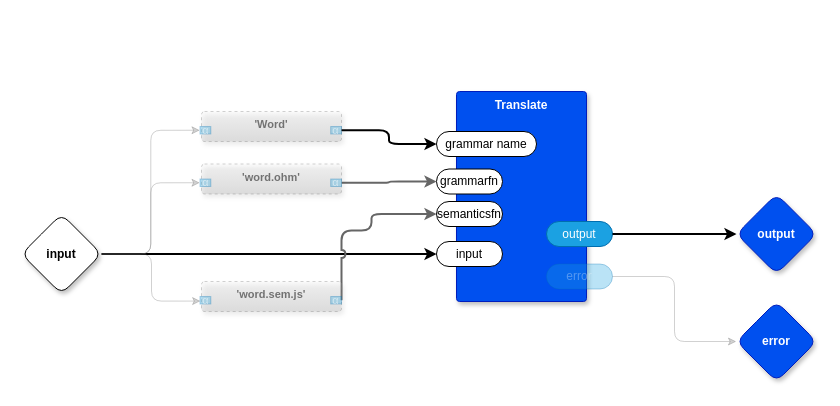
Before: page "Delineate Words" (2 of 11) of preprocess/preprocess.drawio in guitarvydas/ceptre, a draw.io diagram. Source tidied: cells renumbered, new cells numbered last; positions are measured from the earlier drawing's top-left corner, leaving out a move shared by most shapes. Both pictures are drawn from the tidied source at 100%, with x=0, y=0 at pixel (21, 91).
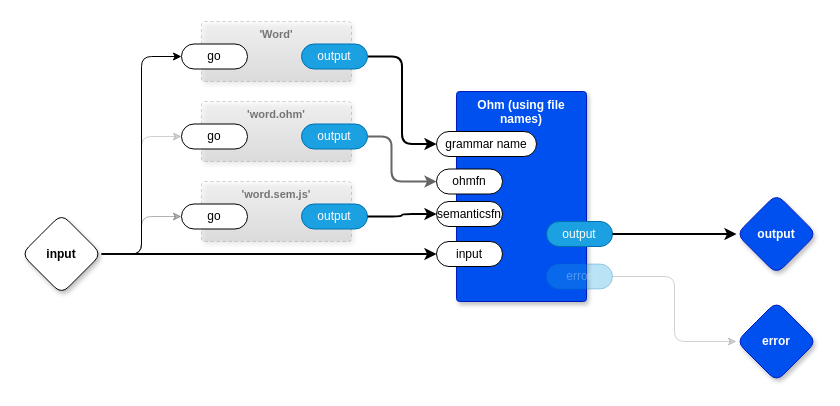
After the change.

The change refers to these unchanged cells:
```xml
<mxCell id="5" value="semanticsfn" style="rounded=1;whiteSpace=wrap;html=1;sketch=0;points=[[0,0.5,0,0,0],[1,0.5,0,0,0]];arcSize=50;" parent="3" vertex="1">
  <mxGeometry x="-20" y="110" width="66" height="25" as="geometry" />
</mxCell>
<mxCell id="6" value="grammar name" style="rounded=1;whiteSpace=wrap;html=1;sketch=0;points=[[0,0.5,0,0,0],[1,0.5,0,0,0]];arcSize=50;" parent="3" vertex="1">
  <mxGeometry x="-20" y="40" width="100" height="25" as="geometry" />
</mxCell>
<mxCell id="17" value="input" style="rhombus;whiteSpace=wrap;html=1;rounded=1;fontStyle=1;glass=0;sketch=0;fontSize=12;points=[[0,0.5,0,0,0],[0.5,0,0,0,0],[0.5,1,0,0,0],[1,0.5,0,0,0]];shadow=1;" parent="1" vertex="1">
  <mxGeometry y="122.5" width="80" height="80" as="geometry" />
</mxCell>
```

The edit, as a diff of the source:
```diff
@@
-    <mxCell id="3" value="Translate" style="rounded=1;whiteSpace=wrap;html=1;sketch=0;verticalAlign=top;arcSize=6;fontStyle=1;absoluteArcSize=1;shadow=1;strokeColor=#001DBC;fillColor=#0050ef;fontColor=#ffffff;" parent="1" vertex="1">
+    <mxCell id="3" value="Ohm (using file names)" style="rounded=1;whiteSpace=wrap;html=1;sketch=0;verticalAlign=top;arcSize=6;fontStyle=1;absoluteArcSize=1;shadow=1;strokeColor=#001DBC;fillColor=#0050ef;fontColor=#ffffff;" parent="1" vertex="1">
       <mxGeometry x="435" width="130" height="210" as="geometry" />
     </mxCell>
-    <mxCell id="4" value="grammarfn" style="rounded=1;whiteSpace=wrap;html=1;sketch=0;points=[[0,0.5,0,0,0],[1,0.5,0,0,0]];arcSize=50;" parent="3" vertex="1">
+    <mxCell id="4" value="ohmfn" style="rounded=1;whiteSpace=wrap;html=1;sketch=0;points=[[0,0.5,0,0,0],[1,0.5,0,0,0]];arcSize=50;" parent="3" vertex="1">
       <mxGeometry x="-20" y="77.5" width="66" height="25" as="geometry" />
     </mxCell>
@@
-    <mxCell id="14" style="edgeStyle=orthogonalEdgeStyle;shape=connector;rounded=1;jumpStyle=arc;jettySize=auto;html=1;exitX=1;exitY=0.5;exitDx=0;exitDy=0;exitPerimeter=0;entryX=0;entryY=0.5;entryDx=0;entryDy=0;entryPerimeter=0;labelBackgroundColor=default;strokeColor=#666666;strokeWidth=1;fontFamily=Helvetica;fontSize=11;fontColor=default;endArrow=classic;fillColor=#f5f5f5;opacity=30;" parent="1" edge="1" source="17" target="22">
-      <mxGeometry relative="1" as="geometry" />
-    </mxCell>
-    <mxCell id="15" style="edgeStyle=orthogonalEdgeStyle;shape=connector;rounded=1;jumpStyle=arc;jettySize=auto;html=1;exitX=1;exitY=0.5;exitDx=0;exitDy=0;exitPerimeter=0;entryX=0;entryY=0.5;entryDx=0;entryDy=0;entryPerimeter=0;labelBackgroundColor=default;strokeColor=#666666;strokeWidth=1;fontFamily=Helvetica;fontSize=11;fontColor=default;endArrow=classic;fillColor=#f5f5f5;opacity=30;" parent="1" edge="1" source="17" target="26">
+    <mxCell id="15" style="edgeStyle=orthogonalEdgeStyle;shape=connector;rounded=1;jumpStyle=arc;jettySize=auto;html=1;exitX=1;exitY=0.5;exitDx=0;exitDy=0;exitPerimeter=0;entryX=0;entryY=0.5;entryDx=0;entryDy=0;entryPerimeter=0;labelBackgroundColor=default;strokeColor=#666666;strokeWidth=1;fontFamily=Helvetica;fontSize=11;fontColor=default;endArrow=classic;fillColor=#f5f5f5;opacity=30;" parent="1" edge="1" source="17" target="35">
       <mxGeometry relative="1" as="geometry" />
     </mxCell>
-    <mxCell id="16" style="edgeStyle=orthogonalEdgeStyle;shape=connector;rounded=1;jumpStyle=arc;jettySize=auto;html=1;exitX=1;exitY=0.5;exitDx=0;exitDy=0;exitPerimeter=0;entryX=-0.006;entryY=0.653;entryDx=0;entryDy=0;entryPerimeter=0;labelBackgroundColor=default;strokeColor=#666666;strokeWidth=1;fontFamily=Helvetica;fontSize=11;fontColor=default;endArrow=classic;fillColor=#f5f5f5;opacity=30;" parent="1" edge="1" source="17" target="27">
-      <mxGeometry relative="1" as="geometry" />
-    </mxCell>
@@
-    <mxCell id="18" style="edgeStyle=orthogonalEdgeStyle;shape=connector;rounded=1;jumpStyle=arc;jettySize=auto;html=1;exitX=1;exitY=0.5;exitDx=0;exitDy=0;exitPerimeter=0;entryX=0;entryY=0.5;entryDx=0;entryDy=0;entryPerimeter=0;labelBackgroundColor=default;strokeColor=#666666;strokeWidth=2;fontFamily=Helvetica;fontSize=11;fontColor=default;endArrow=classic;fillColor=#f5f5f5;" parent="1" edge="1" source="25" target="4">
-      <mxGeometry relative="1" as="geometry" />
+    <mxCell id="18" style="edgeStyle=orthogonalEdgeStyle;shape=connector;rounded=1;jumpStyle=arc;jettySize=auto;html=1;exitX=1;exitY=0.5;exitDx=0;exitDy=0;exitPerimeter=0;entryX=0;entryY=0.5;entryDx=0;entryDy=0;entryPerimeter=0;labelBackgroundColor=default;strokeColor=#666666;strokeWidth=2;fontFamily=Helvetica;fontSize=11;fontColor=default;endArrow=classic;fillColor=#f5f5f5;" parent="1" edge="1" source="36" target="4">
+      <mxGeometry relative="1" as="geometry">
+        <Array as="points">
+          <mxPoint x="370" y="45" />
+          <mxPoint x="370" y="90" />
+        </Array>
+      </mxGeometry>
     </mxCell>
-    <mxCell id="19" style="edgeStyle=orthogonalEdgeStyle;shape=connector;rounded=1;jumpStyle=arc;jettySize=auto;html=1;exitX=1;exitY=0.5;exitDx=0;exitDy=0;exitPerimeter=0;entryX=0;entryY=0.5;entryDx=0;entryDy=0;entryPerimeter=0;labelBackgroundColor=default;strokeColor=#666666;strokeWidth=2;fontFamily=Helvetica;fontSize=11;fontColor=default;endArrow=classic;fillColor=#f5f5f5;" parent="1" edge="1" source="28" target="5">
-      <mxGeometry relative="1" as="geometry">
-        <Array as="points">
-          <mxPoint x="350" y="139" />
-          <mxPoint x="350" y="123" />
-        </Array>
-      </mxGeometry>
-    </mxCell>
+    <mxCell id="23" style="edgeStyle=orthogonalEdgeStyle;rounded=1;jettySize=auto;html=1;exitX=1;exitY=0.5;exitDx=0;exitDy=0;exitPerimeter=0;entryX=0;entryY=0.5;entryDx=0;entryDy=0;entryPerimeter=0;strokeWidth=2;" parent="1" edge="1" source="38" target="6">
+      <mxGeometry relative="1" as="geometry" />
+    </mxCell>
+    <mxCell id="27" value="'word.sem.js'" style="rounded=1;whiteSpace=wrap;html=1;sketch=0;verticalAlign=top;arcSize=6;fontStyle=1;points=[];absoluteArcSize=1;shadow=1;strokeColor=#666666;fillColor=#f5f5f5;fontFamily=Helvetica;fontSize=11;dashed=1;opacity=30;gradientColor=#b3b3b3;textOpacity=50;" parent="1" vertex="1">
+      <mxGeometry x="180" y="90" width="150" height="60" as="geometry" />
+    </mxCell>
+    <mxCell id="30" value="go" style="rounded=1;whiteSpace=wrap;html=1;sketch=0;points=[[0,0.5,0,0,0],[1,0.5,0,0,0]];arcSize=50;" parent="27" vertex="1">
+      <mxGeometry x="-20" y="22.5" width="66" height="25" as="geometry" />
+    </mxCell>
+    <mxCell id="31" value="output" style="rounded=1;whiteSpace=wrap;html=1;sketch=0;points=[[0,0.5,0,0,0],[1,0.5,0,0,0]];fillColor=#1ba1e2;fontColor=#ffffff;strokeColor=#006EAF;arcSize=50;" parent="27" vertex="1">
+      <mxGeometry x="100" y="22.5" width="66" height="25" as="geometry" />
+    </mxCell>
+    <mxCell id="32" style="edgeStyle=orthogonalEdgeStyle;rounded=1;jettySize=auto;html=1;exitX=1;exitY=0.5;exitDx=0;exitDy=0;exitPerimeter=0;entryX=0;entryY=0.5;entryDx=0;entryDy=0;entryPerimeter=0;opacity=30;" parent="1" edge="1" source="17" target="30">
+      <mxGeometry relative="1" as="geometry" />
+    </mxCell>
+    <mxCell id="33" style="edgeStyle=orthogonalEdgeStyle;rounded=1;jettySize=auto;html=1;exitX=1;exitY=0.5;exitDx=0;exitDy=0;exitPerimeter=0;entryX=0;entryY=0.5;entryDx=0;entryDy=0;entryPerimeter=0;" parent="1" edge="1" source="17" target="37">
+      <mxGeometry relative="1" as="geometry" />
+    </mxCell>
+    <mxCell id="34" style="edgeStyle=orthogonalEdgeStyle;rounded=1;jettySize=auto;html=1;exitX=1;exitY=0.5;exitDx=0;exitDy=0;exitPerimeter=0;entryX=0;entryY=0.5;entryDx=0;entryDy=0;entryPerimeter=0;strokeWidth=2;" parent="1" edge="1" source="31" target="5">
+      <mxGeometry relative="1" as="geometry" />
+    </mxCell>
+    <mxCell id="24" value="'word.ohm'" style="rounded=1;whiteSpace=wrap;html=1;sketch=0;verticalAlign=top;arcSize=6;fontStyle=1;absoluteArcSize=1;shadow=1;strokeColor=#666666;fillColor=#f5f5f5;fontFamily=Helvetica;fontSize=11;dashed=1;opacity=30;gradientColor=#b3b3b3;textOpacity=50;" parent="1" vertex="1">
+      <mxGeometry x="180" y="10" width="150" height="60" as="geometry" />
+    </mxCell>
+    <mxCell id="35" value="go" style="rounded=1;whiteSpace=wrap;html=1;sketch=0;points=[[0,0.5,0,0,0],[1,0.5,0,0,0]];arcSize=50;" parent="24" vertex="1">
+      <mxGeometry x="-20" y="22.5" width="66" height="25" as="geometry" />
+    </mxCell>
+    <mxCell id="36" value="output" style="rounded=1;whiteSpace=wrap;html=1;sketch=0;points=[[0,0.5,0,0,0],[1,0.5,0,0,0]];fillColor=#1ba1e2;fontColor=#ffffff;strokeColor=#006EAF;arcSize=50;" parent="24" vertex="1">
+      <mxGeometry x="100" y="22.5" width="66" height="25" as="geometry" />
+    </mxCell>
     <mxCell id="20" value="'Word'" style="rounded=1;whiteSpace=wrap;html=1;sketch=0;verticalAlign=top;arcSize=6;fontStyle=1;absoluteArcSize=1;shadow=1;strokeColor=#666666;fillColor=#f5f5f5;fontFamily=Helvetica;fontSize=11;dashed=1;opacity=30;gradientColor=#b3b3b3;textOpacity=50;" parent="1" vertex="1">
-      <mxGeometry x="180" y="20" width="140" height="30" as="geometry" />
+      <mxGeometry x="180" y="-70" width="150" height="60" as="geometry" />
     </mxCell>
-    <mxCell id="21" value="α" style="rounded=1;whiteSpace=wrap;html=1;sketch=0;points=[[0,0.5,0,0,0],[1,0.5,0,0,0]];fillColor=#1ba1e2;fontColor=#ffffff;strokeColor=#006EAF;arcSize=0;fontFamily=Helvetica;fontSize=11;opacity=30;textOpacity=50;" parent="20" vertex="1">
-      <mxGeometry x="129.2" y="15" width="10.8" height="7.5" as="geometry" />
-    </mxCell>
-    <mxCell id="22" value="α" style="rounded=1;whiteSpace=wrap;html=1;sketch=0;points=[[0,0.5,0,0,0],[1,0.5,0,0,0]];fillColor=#1ba1e2;fontColor=#ffffff;strokeColor=#006EAF;arcSize=0;fontFamily=Helvetica;fontSize=11;opacity=30;textOpacity=50;" parent="20" vertex="1">
-      <mxGeometry x="-1.5" y="15" width="10.8" height="7.5" as="geometry" />
-    </mxCell>
-    <mxCell id="23" style="edgeStyle=orthogonalEdgeStyle;rounded=1;jettySize=auto;html=1;exitX=1;exitY=0.5;exitDx=0;exitDy=0;exitPerimeter=0;entryX=0;entryY=0.5;entryDx=0;entryDy=0;entryPerimeter=0;strokeWidth=2;" parent="1" edge="1" source="21" target="6">
-      <mxGeometry relative="1" as="geometry" />
-    </mxCell>
-    <mxCell id="24" value="'word.ohm'" style="rounded=1;whiteSpace=wrap;html=1;sketch=0;verticalAlign=top;arcSize=6;fontStyle=1;absoluteArcSize=1;shadow=1;strokeColor=#666666;fillColor=#f5f5f5;fontFamily=Helvetica;fontSize=11;dashed=1;opacity=30;gradientColor=#b3b3b3;textOpacity=50;" parent="1" vertex="1">
-      <mxGeometry x="180" y="72.5" width="140" height="30" as="geometry" />
-    </mxCell>
-    <mxCell id="25" value="α" style="rounded=1;whiteSpace=wrap;html=1;sketch=0;points=[[0,0.5,0,0,0],[1,0.5,0,0,0]];fillColor=#1ba1e2;fontColor=#ffffff;strokeColor=#006EAF;arcSize=0;fontFamily=Helvetica;fontSize=11;opacity=30;textOpacity=50;" parent="24" vertex="1">
-      <mxGeometry x="129.2" y="15" width="10.8" height="7.5" as="geometry" />
-    </mxCell>
-    <mxCell id="26" value="α" style="rounded=1;whiteSpace=wrap;html=1;sketch=0;points=[[0,0.5,0,0,0],[1,0.5,0,0,0]];fillColor=#1ba1e2;fontColor=#ffffff;strokeColor=#006EAF;arcSize=0;fontFamily=Helvetica;fontSize=11;opacity=30;textOpacity=50;" parent="24" vertex="1">
-      <mxGeometry x="-1.5" y="15" width="10.8" height="7.5" as="geometry" />
-    </mxCell>
-    <mxCell id="27" value="'word.sem.js'" style="rounded=1;whiteSpace=wrap;html=1;sketch=0;verticalAlign=top;arcSize=6;fontStyle=1;points=[];absoluteArcSize=1;shadow=1;strokeColor=#666666;fillColor=#f5f5f5;fontFamily=Helvetica;fontSize=11;dashed=1;opacity=30;gradientColor=#b3b3b3;textOpacity=50;" parent="1" vertex="1">
-      <mxGeometry x="180" y="190" width="140" height="30" as="geometry" />
-    </mxCell>
-    <mxCell id="28" value="α" style="rounded=1;whiteSpace=wrap;html=1;sketch=0;points=[[0,0.5,0,0,0],[1,0.5,0,0,0]];fillColor=#1ba1e2;fontColor=#ffffff;strokeColor=#006EAF;arcSize=0;fontFamily=Helvetica;fontSize=11;opacity=30;textOpacity=50;" parent="27" vertex="1">
-      <mxGeometry x="129.2" y="15" width="10.8" height="7.5" as="geometry" />
-    </mxCell>
-    <mxCell id="29" value="α" style="rounded=1;whiteSpace=wrap;html=1;sketch=0;fillColor=#1ba1e2;fontColor=#ffffff;strokeColor=#006EAF;arcSize=0;fontFamily=Helvetica;fontSize=11;opacity=30;textOpacity=50;" parent="27" vertex="1">
-      <mxGeometry x="-1.5" y="15" width="10.8" height="7.5" as="geometry" />
-    </mxCell>
+    <mxCell id="37" value="go" style="rounded=1;whiteSpace=wrap;html=1;sketch=0;points=[[0,0.5,0,0,0],[1,0.5,0,0,0]];arcSize=50;" parent="20" vertex="1">
+      <mxGeometry x="-20" y="22.5" width="66" height="25" as="geometry" />
+    </mxCell>
+    <mxCell id="38" value="output" style="rounded=1;whiteSpace=wrap;html=1;sketch=0;points=[[0,0.5,0,0,0],[1,0.5,0,0,0]];fillColor=#1ba1e2;fontColor=#ffffff;strokeColor=#006EAF;arcSize=50;" parent="20" vertex="1">
+      <mxGeometry x="100" y="22.5" width="66" height="25" as="geometry" />
+    </mxCell>
```
